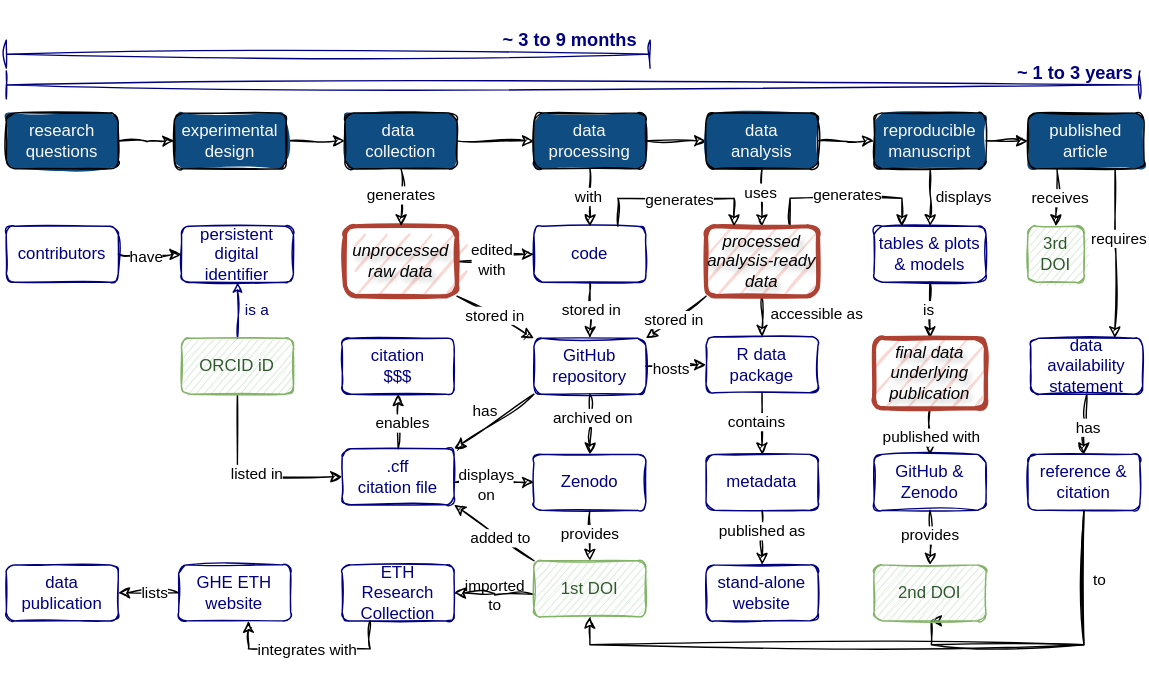
Above: slides/img/eth-kolloquium/ghe-rdm-workflow-13.drawio.svg in Global-Health-Engineering/website (draw.io), before the change. Source tidied: cells renumbered, new cells last; positions are measured from the earlier drawing's top-left corner, leaving out a move shared by most shapes.
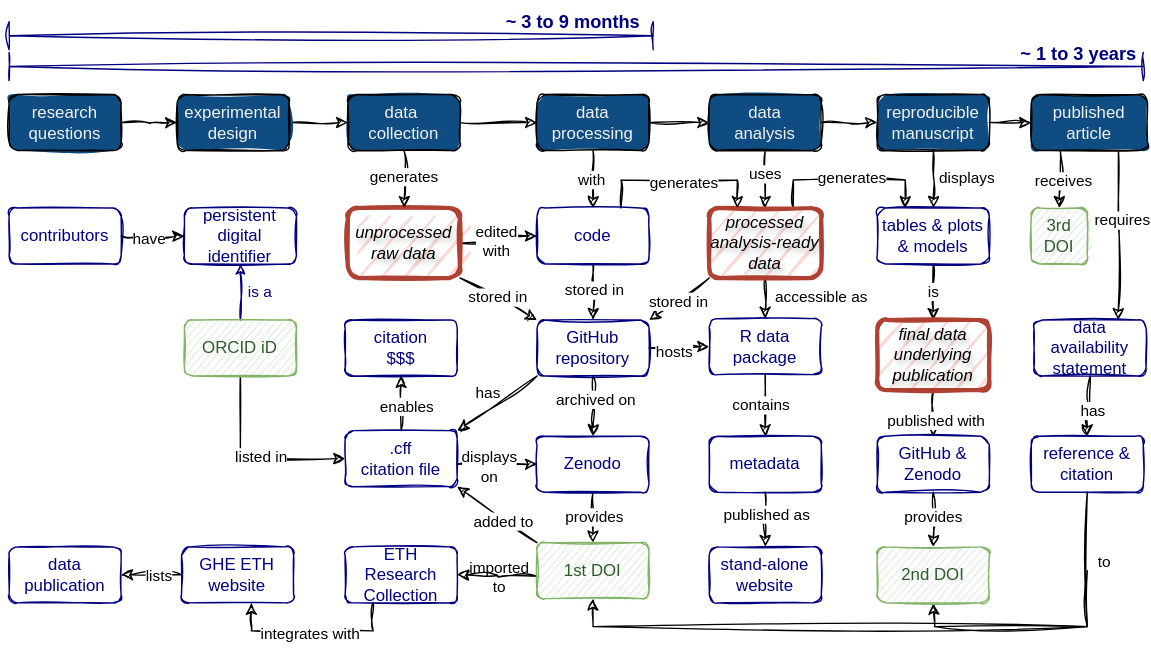
The same file after the commit.

What changed in the source:
```diff
@@ -49,10 +49,9 @@
     <mxCell id="12" value="reference &amp;amp; citation" style="rounded=1;whiteSpace=wrap;html=1;fontSize=12;fontFamily=Helvetica;fillColor=none;sketch=1;labelBackgroundColor=none;strokeColor=#000080;fillStyle=zigzag;fontColor=#000080;" parent="1" vertex="1">
       <mxGeometry x="734" y="324" width="80" height="40" as="geometry" />
     </mxCell>
-    <mxCell id="13" style="edgeStyle=orthogonalEdgeStyle;rounded=0;sketch=1;hachureGap=4;jiggle=2;curveFitting=1;orthogonalLoop=1;jettySize=auto;html=1;exitX=0.5;exitY=1;exitDx=0;exitDy=0;entryX=0.5;entryY=1;entryDx=0;entryDy=0;fontFamily=Architects Daughter;fontSource=https%3A%2F%2Ffonts.googleapis.com%2Fcss%3Ffamily%3DArchitects%2BDaughter;" parent="1" edge="1">
+    <mxCell id="13" style="edgeStyle=orthogonalEdgeStyle;rounded=0;sketch=1;hachureGap=4;jiggle=2;curveFitting=1;jettySize=auto;html=1;exitX=0.5;exitY=1;exitDx=0;exitDy=0;entryX=0.5;entryY=1;entryDx=0;entryDy=0;fontFamily=Architects Daughter;fontSource=https%3A%2F%2Ffonts.googleapis.com%2Fcss%3Ffamily%3DArchitects%2BDaughter;" parent="1" edge="1" target="16">
       <mxGeometry relative="1" as="geometry">
-        <mxPoint x="774" y="364" as="sourcePoint" />
-        <mxPoint x="664" y="443" as="targetPoint" />
+        <mxPoint x="774" y="420" as="sourcePoint" />
         <Array as="points">
           <mxPoint x="774" y="460" />
           <mxPoint x="665" y="460" />
@@ -65,6 +64,9 @@
         <mxPoint x="734" y="100" as="targetPoint" />
       </mxGeometry>
     </mxCell>
+    <mxCell id="133" style="rounded=0;whiteSpace=wrap;html=1;fillColor=none;strokeWidth=0;strokeColor=none;" parent="1" vertex="1">
+      <mxGeometry x="-2" y="20" width="820" height="460" as="geometry" />
+    </mxCell>
     <mxCell id="15" value="Step 12: GitHub" parent="0" />
     <mxCell id="16" value="&lt;font color=&quot;#30592D&quot;&gt;2nd DOI&lt;/font&gt;" style="rounded=1;whiteSpace=wrap;html=1;fontSize=12;fontFamily=Helvetica;fillColor=#d5e8d4;sketch=1;labelBackgroundColor=none;strokeColor=#82b366;fontColor=#000000;" parent="15" vertex="1">
       <mxGeometry x="624" y="403" width="80" height="40" as="geometry" />
@@ -453,28 +455,25 @@
       <mxGeometry x="347" y="13" width="120" height="30" as="geometry" />
     </mxCell>
     <mxCell id="124" value="Step 1 - Publication workflow" parent="0" />
-    <mxCell id="125" style="rounded=0;whiteSpace=wrap;html=1;fillColor=none;strokeColor=#FFFFFF;" parent="124" vertex="1">
-      <mxGeometry width="820" height="480" as="geometry" />
-    </mxCell>
-    <mxCell id="126" value="&lt;span&gt;&lt;span&gt;research questions&lt;/span&gt;&lt;/span&gt;" style="rounded=1;html=1;strokeWidth=1;fontSize=12;fontFamily=Helvetica;fillColor=#0F4C81;sketch=1;labelBackgroundColor=none;fontColor=#FAFAFA;strokeColor=default;fontStyle=0;fillStyle=solid;labelBorderColor=none;spacing=9;align=center;textShadow=0;whiteSpace=wrap;" parent="124" vertex="1">
+    <mxCell id="126" value="&lt;span&gt;&lt;span&gt;research questions&lt;/span&gt;&lt;/span&gt;" style="rounded=1;whiteSpace=wrap;html=1;strokeWidth=1;fontSize=12;fontFamily=Helvetica;fillColor=#0F4C81;sketch=1;labelBackgroundColor=none;fontColor=#F2F2F2;strokeColor=default;fontStyle=0;fillStyle=solid;" parent="124" vertex="1">
       <mxGeometry x="4" y="80" width="80" height="40" as="geometry" />
     </mxCell>
-    <mxCell id="127" value="&lt;div&gt;&lt;span&gt;&lt;span&gt;experimental&lt;/span&gt;&lt;/span&gt;&lt;/div&gt;&lt;div&gt;&lt;span&gt;&lt;span&gt;design&lt;br&gt;&lt;/span&gt;&lt;/span&gt;&lt;/div&gt;" style="rounded=1;html=1;strokeWidth=1;fontSize=12;fontFamily=Helvetica;fillColor=#0F4C81;sketch=1;labelBackgroundColor=none;fontColor=#FAFAFA;strokeColor=default;fontStyle=0;fillStyle=solid;labelBorderColor=none;spacing=9;align=center;textShadow=0;whiteSpace=wrap;" parent="124" vertex="1">
+    <mxCell id="127" value="&lt;div&gt;&lt;span&gt;&lt;span&gt;experimental&lt;/span&gt;&lt;/span&gt;&lt;/div&gt;&lt;div&gt;&lt;span&gt;&lt;span&gt;design&lt;br&gt;&lt;/span&gt;&lt;/span&gt;&lt;/div&gt;" style="rounded=1;whiteSpace=wrap;html=1;strokeWidth=1;fontSize=12;fontFamily=Helvetica;fillColor=#0F4C81;sketch=1;labelBackgroundColor=none;fontColor=#F2F2F2;strokeColor=default;fontStyle=0;fillStyle=solid;" parent="124" vertex="1">
       <mxGeometry x="124" y="80" width="80" height="40" as="geometry" />
     </mxCell>
-    <mxCell id="128" value="&lt;div&gt;&lt;span&gt;&lt;span&gt;data&lt;br&gt;&lt;/span&gt;&lt;/span&gt;&lt;/div&gt;&lt;div&gt;&lt;span&gt;&lt;span&gt;analysis&lt;/span&gt;&lt;/span&gt;&lt;/div&gt;" style="rounded=1;html=1;strokeWidth=1;fontSize=12;fontFamily=Helvetica;fillColor=#0F4C81;sketch=1;labelBackgroundColor=none;fontColor=#FAFAFA;strokeColor=default;fontStyle=0;fillStyle=solid;labelBorderColor=none;spacing=9;align=center;textShadow=0;whiteSpace=wrap;" parent="124" vertex="1">
+    <mxCell id="128" value="&lt;div&gt;&lt;span&gt;&lt;span&gt;data&lt;br&gt;&lt;/span&gt;&lt;/span&gt;&lt;/div&gt;&lt;div&gt;&lt;span&gt;&lt;span&gt;analysis&lt;/span&gt;&lt;/span&gt;&lt;/div&gt;" style="rounded=1;whiteSpace=wrap;html=1;strokeWidth=1;fontSize=12;fontFamily=Helvetica;fillColor=#0F4C81;sketch=1;labelBackgroundColor=none;fontColor=#F2F2F2;strokeColor=default;fontStyle=0;fillStyle=solid;" parent="124" vertex="1">
       <mxGeometry x="504" y="80" width="80" height="40" as="geometry" />
     </mxCell>
-    <mxCell id="129" value="&lt;div&gt;reproducible&lt;br&gt;&lt;/div&gt;&lt;div&gt;manuscript&lt;/div&gt;" style="rounded=1;html=1;strokeWidth=1;fontSize=12;fontFamily=Helvetica;fillColor=#0F4C81;sketch=1;labelBackgroundColor=none;fontColor=#FAFAFA;strokeColor=default;fontStyle=0;fillStyle=solid;labelBorderColor=none;spacing=9;align=center;textShadow=0;whiteSpace=wrap;" parent="124" vertex="1">
+    <mxCell id="129" value="&lt;div&gt;reproducible&lt;br&gt;&lt;/div&gt;&lt;div&gt;manuscript&lt;/div&gt;" style="rounded=1;whiteSpace=wrap;html=1;strokeWidth=1;fontSize=12;fontFamily=Helvetica;fillColor=#0F4C81;sketch=1;labelBackgroundColor=none;fontColor=#F2F2F2;strokeColor=default;fontStyle=0;fillStyle=solid;" parent="124" vertex="1">
       <mxGeometry x="624" y="80" width="80" height="40" as="geometry" />
     </mxCell>
-    <mxCell id="130" value="&lt;span&gt;&lt;span&gt;published&lt;/span&gt;&lt;/span&gt;&lt;br&gt;&lt;div&gt;&lt;span&gt;&lt;span&gt;article&lt;/span&gt;&lt;/span&gt;&lt;/div&gt;" style="rounded=1;html=1;strokeWidth=1;fontSize=12;fontFamily=Helvetica;fillColor=#0F4C81;sketch=1;labelBackgroundColor=none;fontColor=#FAFAFA;strokeColor=default;fontStyle=0;fillStyle=solid;labelBorderColor=none;spacing=9;align=center;textShadow=0;whiteSpace=wrap;" parent="124" vertex="1">
+    <mxCell id="130" value="&lt;span&gt;&lt;span&gt;published&lt;/span&gt;&lt;/span&gt;&lt;br&gt;&lt;div&gt;&lt;span&gt;&lt;span&gt;article&lt;/span&gt;&lt;/span&gt;&lt;/div&gt;" style="rounded=1;whiteSpace=wrap;html=1;strokeWidth=1;fontSize=12;fontFamily=Helvetica;fillColor=#0F4C81;sketch=1;labelBackgroundColor=none;fontColor=#F2F2F2;strokeColor=default;fontStyle=0;fillStyle=solid;" parent="124" vertex="1">
       <mxGeometry x="734" y="80" width="83" height="40" as="geometry" />
     </mxCell>
-    <mxCell id="131" value="&lt;div&gt;&lt;span&gt;&lt;span&gt;data&amp;nbsp;&lt;/span&gt;&lt;/span&gt;&lt;/div&gt;&lt;div&gt;&lt;span&gt;&lt;span&gt;collection&lt;/span&gt;&lt;/span&gt;&lt;/div&gt;&lt;div&gt;&lt;span&gt;&lt;span&gt;&lt;/span&gt;&lt;/span&gt;&lt;/div&gt;" style="rounded=1;html=1;strokeWidth=1;fontSize=12;fontFamily=Helvetica;fillColor=#0F4C81;sketch=1;labelBackgroundColor=none;fontColor=#FAFAFA;strokeColor=default;fontStyle=0;fillStyle=solid;labelBorderColor=none;spacing=9;align=center;textShadow=0;whiteSpace=wrap;" parent="124" vertex="1">
+    <mxCell id="131" value="&lt;div&gt;&lt;span&gt;&lt;span&gt;data&amp;nbsp;&lt;/span&gt;&lt;/span&gt;&lt;/div&gt;&lt;div&gt;&lt;span&gt;&lt;span&gt;collection&lt;/span&gt;&lt;/span&gt;&lt;/div&gt;&lt;div&gt;&lt;span&gt;&lt;span&gt;&lt;/span&gt;&lt;/span&gt;&lt;/div&gt;" style="rounded=1;whiteSpace=wrap;html=1;strokeWidth=1;fontSize=12;fontFamily=Helvetica;fillColor=#0F4C81;sketch=1;labelBackgroundColor=none;fontColor=#F2F2F2;strokeColor=default;fontStyle=0;fillStyle=solid;" parent="124" vertex="1">
       <mxGeometry x="246" y="80" width="80" height="40" as="geometry" />
     </mxCell>
-    <mxCell id="132" value="&lt;div&gt;&lt;span&gt;&lt;span&gt;data&lt;/span&gt;&lt;/span&gt;&lt;/div&gt;&lt;div&gt;&lt;span&gt;&lt;span&gt;processing&lt;br&gt;&lt;/span&gt;&lt;/span&gt;&lt;/div&gt;" style="rounded=1;html=1;strokeWidth=1;fontSize=12;fontFamily=Helvetica;fillColor=#0F4C81;sketch=1;labelBackgroundColor=none;fontColor=#FAFAFA;strokeColor=default;fontStyle=0;fillStyle=solid;labelBorderColor=none;spacing=9;align=center;textShadow=0;whiteSpace=wrap;" parent="124" vertex="1">
+    <mxCell id="132" value="&lt;div&gt;&lt;span&gt;&lt;span&gt;data&lt;/span&gt;&lt;/span&gt;&lt;/div&gt;&lt;div&gt;&lt;span&gt;&lt;span&gt;processing&lt;br&gt;&lt;/span&gt;&lt;/span&gt;&lt;/div&gt;" style="rounded=1;whiteSpace=wrap;html=1;strokeWidth=1;fontSize=12;fontFamily=Helvetica;fillColor=#0F4C81;sketch=1;labelBackgroundColor=none;fontColor=#F2F2F2;strokeColor=default;fontStyle=0;fillStyle=solid;" parent="124" vertex="1">
       <mxGeometry x="381" y="80" width="80" height="40" as="geometry" />
     </mxCell>
   </root>
```
